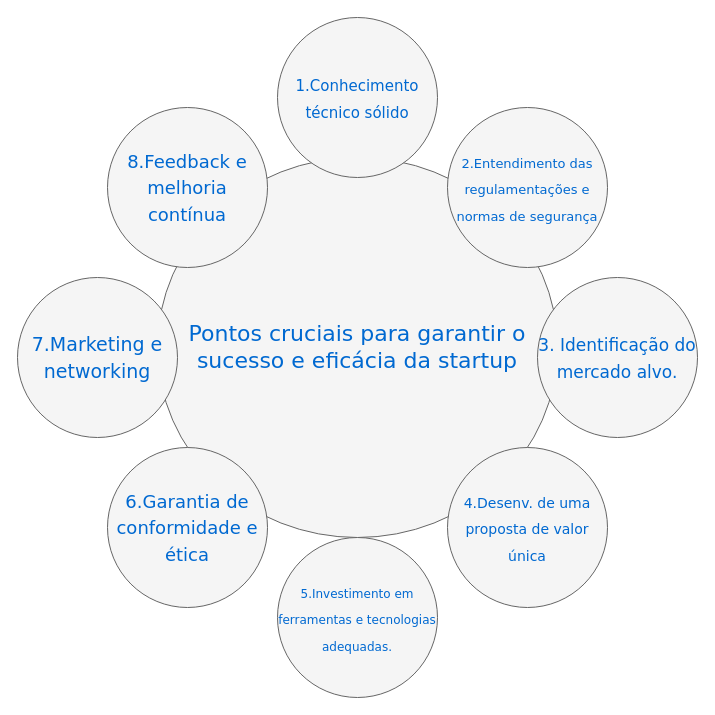
Above: Diagrama sem nome.drawio in joaogeringer/weatherapi (draw.io), before the change. Source tidied: cells renumbered, new cells numbered last; positions are measured from the earlier drawing's top-left corner, leaving out a move shared by most shapes. Both pictures are drawn from the tidied source at 100%, with x=0, y=0 at pixel (17, 17).
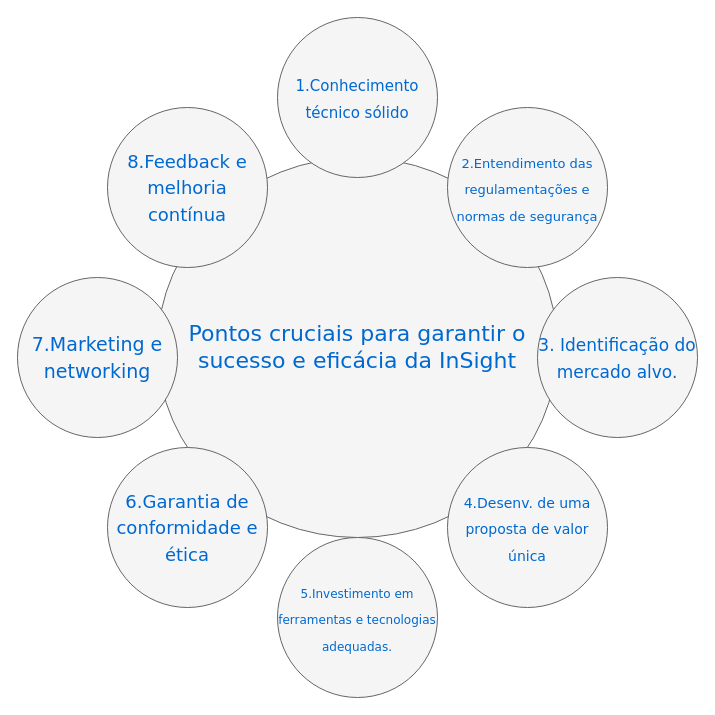
After the change.

Change to the diagram source:
```diff
@@
 <mxGraphModel>
   <root>
     <mxCell id="0" />
     <mxCell id="1" parent="0" />
-    <mxCell id="2" value="Pontos cruciais para garantir o sucesso e eficácia da startup" style="ellipse;whiteSpace=wrap;html=1;rounded=0;shadow=0;dashed=0;comic=0;fontFamily=Verdana;fontSize=22;fontColor=#0069D1;fillColor=#f5f5f5;strokeColor=#666666;" parent="1" vertex="1">
+    <mxCell id="2" value="Pontos cruciais para garantir o sucesso e eficácia da InSight" style="ellipse;whiteSpace=wrap;html=1;rounded=0;shadow=0;dashed=0;comic=0;fontFamily=Verdana;fontSize=22;fontColor=#0069D1;fillColor=#f5f5f5;strokeColor=#666666;" parent="1" vertex="1">
       <mxGeometry x="140" y="140" width="400" height="380" as="geometry" />
     </mxCell>
     <mxCell id="3" value="&lt;font style=&quot;font-size: 15px;&quot;&gt;1.Conhecimento técnico sólido&lt;/font&gt;" style="ellipse;whiteSpace=wrap;html=1;rounded=0;shadow=0;dashed=0;comic=0;fontFamily=Verdana;fontSize=22;fontColor=#0069D1;fillColor=#f5f5f5;strokeColor=#666666;" parent="1" vertex="1">
       <mxGeometry x="260" width="160" height="160" as="geometry" />
     </mxCell>
     <mxCell id="4" value="&lt;font style=&quot;font-size: 12px;&quot;&gt;5.Investimento em ferramentas e tecnologias adequadas.&lt;/font&gt;" style="ellipse;whiteSpace=wrap;html=1;rounded=0;shadow=0;dashed=0;comic=0;fontFamily=Verdana;fontSize=22;fontColor=#0069D1;fillColor=#f5f5f5;strokeColor=#666666;" parent="1" vertex="1">
       <mxGeometry x="260" y="520" width="160" height="160" as="geometry" />
     </mxCell>
     <mxCell id="5" value="&lt;font style=&quot;font-size: 17px;&quot;&gt;3. Identificação do mercado alvo.&lt;/font&gt;" style="ellipse;whiteSpace=wrap;html=1;rounded=0;shadow=0;dashed=0;comic=0;fontFamily=Verdana;fontSize=22;fontColor=#0069D1;fillColor=#f5f5f5;strokeColor=#666666;" parent="1" vertex="1">
       <mxGeometry x="520" y="260" width="160" height="160" as="geometry" />
     </mxCell>
     <mxCell id="6" value="&lt;font style=&quot;font-size: 19px;&quot;&gt;7.Marketing e networking&lt;/font&gt;" style="ellipse;whiteSpace=wrap;html=1;rounded=0;shadow=0;dashed=0;comic=0;fontFamily=Verdana;fontSize=22;fontColor=#0069D1;fillColor=#f5f5f5;strokeColor=#666666;" parent="1" vertex="1">
       <mxGeometry y="260" width="160" height="160" as="geometry" />
     </mxCell>
     <mxCell id="7" value="&lt;font style=&quot;font-size: 18px;&quot;&gt;8.Feedback e melhoria contínua&lt;/font&gt;" style="ellipse;whiteSpace=wrap;html=1;rounded=0;shadow=0;dashed=0;comic=0;fontFamily=Verdana;fontSize=22;fontColor=#0069D1;fillColor=#f5f5f5;strokeColor=#666666;" parent="1" vertex="1">
       <mxGeometry x="90" y="90" width="160" height="160" as="geometry" />
     </mxCell>
     <mxCell id="8" value="&lt;font style=&quot;font-size: 13px;&quot;&gt;2.Entendimento das regulamentações e normas de segurança&lt;/font&gt;" style="ellipse;whiteSpace=wrap;html=1;rounded=0;shadow=0;dashed=0;comic=0;fontFamily=Verdana;fontSize=22;fontColor=#0069D1;fillColor=#f5f5f5;strokeColor=#666666;" parent="1" vertex="1">
       <mxGeometry x="430" y="90" width="160" height="160" as="geometry" />
     </mxCell>
     <mxCell id="9" value="&lt;font style=&quot;font-size: 14px;&quot;&gt;4.Desenv. de uma proposta de valor única&lt;/font&gt;" style="ellipse;whiteSpace=wrap;html=1;rounded=0;shadow=0;dashed=0;comic=0;fontFamily=Verdana;fontSize=22;fontColor=#0069D1;fillColor=#f5f5f5;strokeColor=#666666;" parent="1" vertex="1">
       <mxGeometry x="430" y="430" width="160" height="160" as="geometry" />
     </mxCell>
     <mxCell id="10" value="&lt;font style=&quot;font-size: 18px;&quot;&gt;6.Garantia de conformidade e ética&lt;/font&gt;" style="ellipse;whiteSpace=wrap;html=1;rounded=0;shadow=0;dashed=0;comic=0;fontFamily=Verdana;fontSize=22;fontColor=#0069D1;fillColor=#f5f5f5;strokeColor=#666666;" parent="1" vertex="1">
       <mxGeometry x="90" y="430" width="160" height="160" as="geometry" />
     </mxCell>
   </root>
 </mxGraphModel>
```
